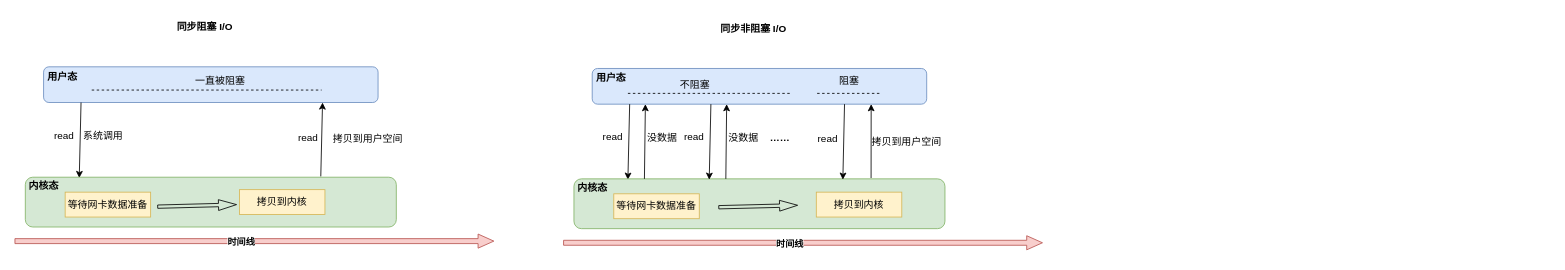
began-zhao/studydraw keeps this draw.io diagram as blog/IO.drawio. Above is the earlier version. Source tidied: cells renumbered, new cells numbered last; positions are measured from the earlier drawing's top-left corner, leaving out a move shared by most shapes. Both pictures are drawn from the tidied source at 83%, with x=0, y=0 at pixel (14, 14).
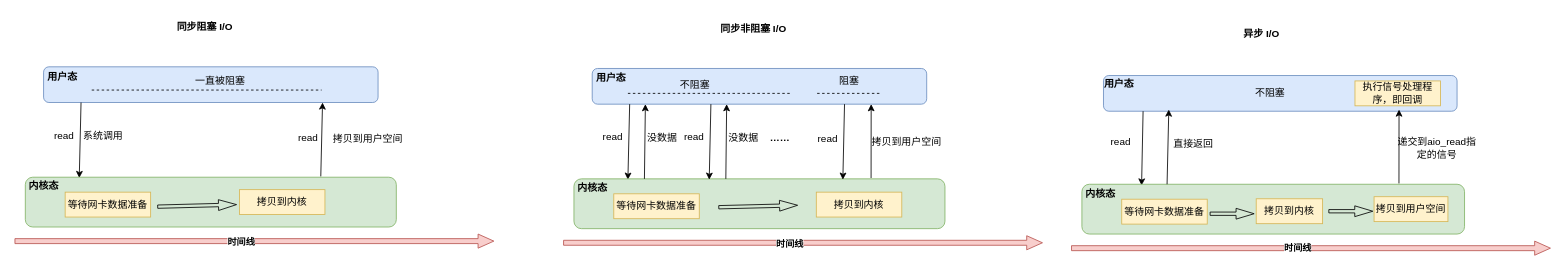
The same diagram, later.

Change to the diagram source:
```diff
@@
+    <mxCell id="49" style="rounded=1;whiteSpace=wrap;html=1;fillColor=#dae8fc;strokeColor=#6c8ebf;" parent="1" vertex="1">
+      <mxGeometry x="1312" y="73.5" width="426" height="43" as="geometry" />
+    </mxCell>
+    <mxCell id="50" value="异步 I/O" style="text;html=1;align=center;verticalAlign=middle;whiteSpace=wrap;rounded=0;fontStyle=1;" parent="1" vertex="1">
+      <mxGeometry x="1442" y="8.5" width="121" height="30" as="geometry" />
+    </mxCell>
+    <mxCell id="51" value="用户态" style="text;html=1;align=center;verticalAlign=middle;whiteSpace=wrap;rounded=0;fontStyle=1;" parent="1" vertex="1">
+      <mxGeometry x="1300" y="71.5" width="62" height="24" as="geometry" />
+    </mxCell>
+    <mxCell id="52" value="不阻塞" style="text;html=1;align=center;verticalAlign=middle;whiteSpace=wrap;rounded=0;" parent="1" vertex="1">
+      <mxGeometry x="1471" y="80" width="84" height="30" as="geometry" />
+    </mxCell>
+    <mxCell id="53" style="endArrow=classic;html=1;rounded=0;exitX=0.112;exitY=1;exitDx=0;exitDy=0;exitPerimeter=0;entryX=0.156;entryY=0.025;entryDx=0;entryDy=0;entryPerimeter=0;" parent="1" edge="1" source="49" target="54">
+      <mxGeometry relative="1" as="geometry" />
+    </mxCell>
+    <mxCell id="54" style="rounded=1;whiteSpace=wrap;html=1;fillColor=#d5e8d4;strokeColor=#82b366;" parent="1" vertex="1">
+      <mxGeometry x="1286" y="204.5" width="461" height="60" as="geometry" />
+    </mxCell>
+    <mxCell id="55" value="内核态" style="text;html=1;align=center;verticalAlign=middle;whiteSpace=wrap;rounded=0;fontStyle=1;" parent="1" vertex="1">
+      <mxGeometry x="1286" y="200.5" width="45" height="30" as="geometry" />
+    </mxCell>
+    <mxCell id="56" style="endArrow=classic;html=1;rounded=0;entryX=0.834;entryY=1;entryDx=0;entryDy=0;entryPerimeter=0;" parent="1" edge="1">
+      <mxGeometry relative="1" as="geometry">
+        <mxPoint x="1668" y="203.5" as="sourcePoint" />
+        <mxPoint x="1668.1" y="114.5" as="targetPoint" />
+      </mxGeometry>
+    </mxCell>
+    <mxCell id="57" value="read" style="text;html=1;align=center;verticalAlign=middle;whiteSpace=wrap;rounded=0;" parent="1" vertex="1">
+      <mxGeometry x="1315" y="142.5" width="36" height="23" as="geometry" />
+    </mxCell>
+    <mxCell id="58" style="edgeStyle=orthogonalEdgeStyle;rounded=0;orthogonalLoop=1;jettySize=auto;html=1;exitX=0.5;exitY=1;exitDx=0;exitDy=0;" parent="1" edge="1">
+      <mxGeometry relative="1" as="geometry">
+        <mxPoint x="1380" y="165.5" as="sourcePoint" />
+        <mxPoint x="1380" y="165.5" as="targetPoint" />
+      </mxGeometry>
+    </mxCell>
+    <mxCell id="59" value="等待网卡数据准备" style="rounded=0;whiteSpace=wrap;html=1;fillColor=#fff2cc;strokeColor=#d6b656;" parent="1" vertex="1">
+      <mxGeometry x="1334" y="222.5" width="103" height="30" as="geometry" />
+    </mxCell>
+    <mxCell id="60" value="拷贝到内核" style="rounded=0;whiteSpace=wrap;html=1;fillColor=#fff2cc;strokeColor=#d6b656;" parent="1" vertex="1">
+      <mxGeometry x="1496" y="222" width="80" height="30" as="geometry" />
+    </mxCell>
+    <mxCell id="61" style="shape=flexArrow;endArrow=classic;html=1;rounded=0;width=4;endSize=6.92;endWidth=8;" parent="1" edge="1">
+      <mxGeometry relative="1" as="geometry">
+        <mxPoint x="1440" y="240" as="sourcePoint" />
+        <mxPoint x="1494" y="240" as="targetPoint" />
+      </mxGeometry>
+    </mxCell>
+    <mxCell id="62" value="递交到aio_read指定的信号" style="text;html=1;align=center;verticalAlign=middle;whiteSpace=wrap;rounded=0;" parent="1" vertex="1">
+      <mxGeometry x="1662" y="150.5" width="104" height="20" as="geometry" />
+    </mxCell>
+    <mxCell id="63" style="shape=flexArrow;endArrow=classic;html=1;rounded=0;width=6;endSize=6;endWidth=10;fillColor=#f8cecc;strokeColor=#b85450;" parent="1" edge="1">
+      <mxGeometry relative="1" as="geometry">
+        <mxPoint x="1273" y="281.5" as="sourcePoint" />
+        <mxPoint x="1851" y="281.5" as="targetPoint" />
+      </mxGeometry>
+    </mxCell>
+    <mxCell id="64" value="时间线" style="edgeLabel;html=1;align=center;verticalAlign=middle;fontStyle=1;" parent="63" vertex="1">
+      <mxGeometry x="-0.06" relative="1" as="geometry" />
+    </mxCell>
+    <mxCell id="65" style="endArrow=classic;html=1;rounded=0;exitX=0.19;exitY=0;exitDx=0;exitDy=0;exitPerimeter=0;entryX=0.159;entryY=1;entryDx=0;entryDy=0;entryPerimeter=0;" parent="1" edge="1">
+      <mxGeometry relative="1" as="geometry">
+        <mxPoint x="1388.6" y="204.5" as="sourcePoint" />
+        <mxPoint x="1390.7" y="114.5" as="targetPoint" />
+      </mxGeometry>
+    </mxCell>
+    <mxCell id="66" value="直接返回" style="text;html=1;align=center;verticalAlign=middle;whiteSpace=wrap;rounded=0;" parent="1" vertex="1">
+      <mxGeometry x="1391" y="144" width="58.5" height="23" as="geometry" />
+    </mxCell>
+    <mxCell id="67" value="拷贝到用户空间" style="rounded=0;whiteSpace=wrap;html=1;fillColor=#fff2cc;strokeColor=#d6b656;" parent="1" vertex="1">
+      <mxGeometry x="1638" y="219.5" width="89" height="30" as="geometry" />
+    </mxCell>
+    <mxCell id="68" style="shape=flexArrow;endArrow=classic;html=1;rounded=0;width=4;endSize=6.92;endWidth=8;" parent="1" edge="1">
+      <mxGeometry relative="1" as="geometry">
+        <mxPoint x="1583" y="237" as="sourcePoint" />
+        <mxPoint x="1637" y="237" as="targetPoint" />
+      </mxGeometry>
+    </mxCell>
+    <mxCell id="69" value="执行信号处理程序，即回调" style="rounded=0;whiteSpace=wrap;html=1;fillColor=#fff2cc;strokeColor=#d6b656;" parent="1" vertex="1">
+      <mxGeometry x="1615" y="80" width="103" height="30" as="geometry" />
+    </mxCell>
```
